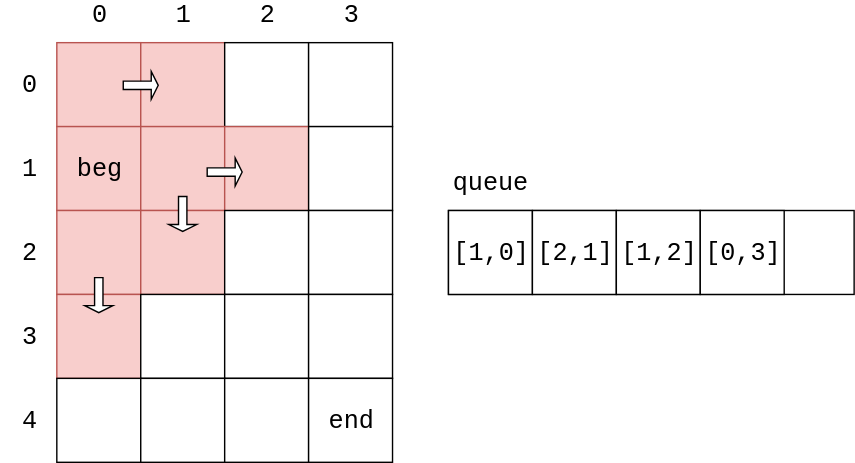
This is docs/Search/res/BreadthFirstSearch5.svg from linrongbin16/way-to-algorithm, a draw.io export, as it was before one commit. Source tidied: cells renumbered, new cells last; positions are measured from the earlier drawing's top-left corner, leaving out a move shared by most shapes.
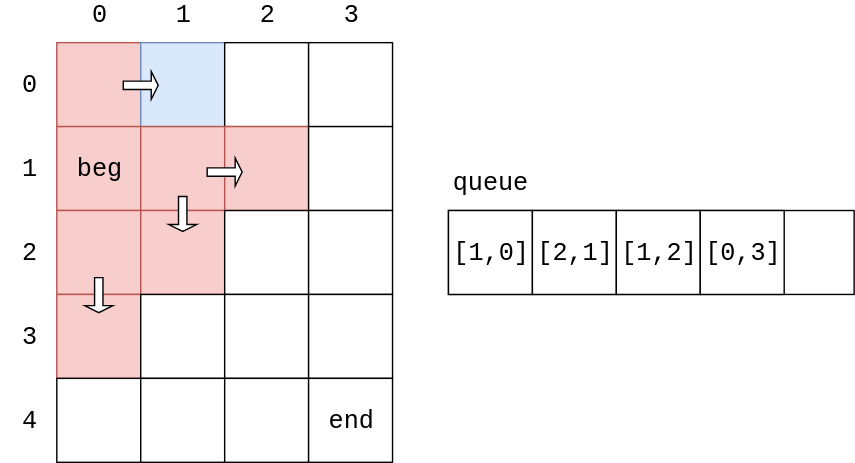
The same diagram one commit later.

What changed in the source:
```diff
@@ -5,7 +5,7 @@
     <mxCell id="2" style="rounded=0;whiteSpace=wrap;html=1;fontFamily=Courier New;fontSize=18;fillColor=#f8cecc;strokeColor=#b85450;" parent="1" vertex="1">
       <mxGeometry x="40" y="30" width="60" height="60" as="geometry" />
     </mxCell>
-    <mxCell id="3" style="rounded=0;whiteSpace=wrap;html=1;fontFamily=Courier New;fontSize=18;fillColor=#f8cecc;strokeColor=#b85450;" parent="1" vertex="1">
+    <mxCell id="3" style="rounded=0;whiteSpace=wrap;html=1;fontFamily=Courier New;fontSize=18;fillColor=#dae8fc;strokeColor=#6c8ebf;" parent="1" vertex="1">
       <mxGeometry x="100" y="30" width="60" height="60" as="geometry" />
     </mxCell>
     <mxCell id="4" style="rounded=0;whiteSpace=wrap;html=1;fontFamily=Courier New;fontSize=18;" parent="1" vertex="1">
```
